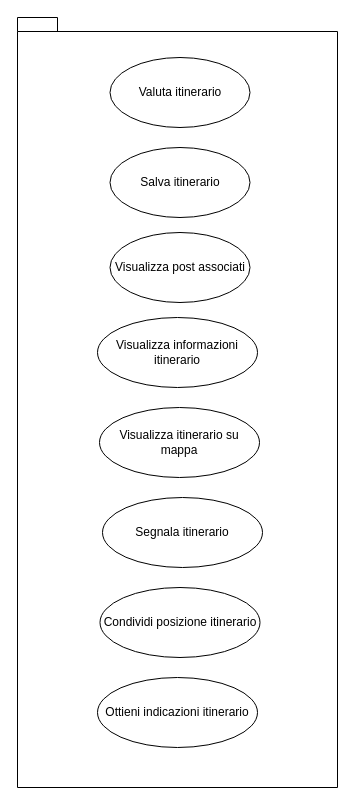
The draw.io diagram page "Interazione con un itinerario" (3 of 5) of useCase.drawio in archer-65/natour-2122, before the edit. Source tidied: cells renumbered, new cells numbered last; positions are measured from the earlier drawing's top-left corner, leaving out a move shared by most shapes. Both pictures are drawn from the tidied source at 100%, with x=0, y=0 at pixel (17, 17).
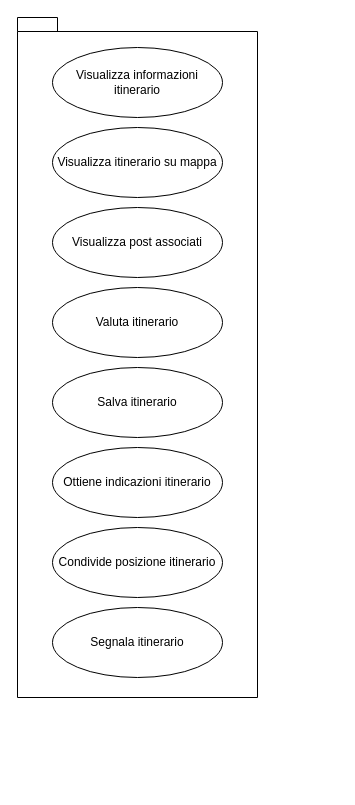
Above is the later version.

What changed in the source:
```diff
@@
 <mxGraphModel>
   <root>
     <mxCell id="0" />
     <mxCell id="1" parent="0" />
     <mxCell id="2" style="shape=folder;fontStyle=1;spacingTop=10;tabWidth=40;tabHeight=14;tabPosition=left;html=1;" parent="1" vertex="1">
-      <mxGeometry width="320" height="770" as="geometry" />
+      <mxGeometry width="240" height="680" as="geometry" />
     </mxCell>
     <mxCell id="3" value="Valuta itinerario" style="ellipse;whiteSpace=wrap;html=1;" parent="1" vertex="1">
-      <mxGeometry x="92.5" y="40" width="140" height="70" as="geometry" />
+      <mxGeometry x="35" y="270" width="170" height="70" as="geometry" />
     </mxCell>
     <mxCell id="4" value="Salva itinerario" style="ellipse;whiteSpace=wrap;html=1;" parent="1" vertex="1">
-      <mxGeometry x="92.5" y="130" width="140" height="70" as="geometry" />
+      <mxGeometry x="35" y="350" width="170" height="70" as="geometry" />
     </mxCell>
     <mxCell id="5" value="Visualizza post associati" style="ellipse;whiteSpace=wrap;html=1;" parent="1" vertex="1">
-      <mxGeometry x="92.5" y="215" width="140" height="70" as="geometry" />
+      <mxGeometry x="35" y="190" width="170" height="70" as="geometry" />
     </mxCell>
     <mxCell id="6" value="Visualizza informazioni itinerario" style="ellipse;whiteSpace=wrap;html=1;" parent="1" vertex="1">
-      <mxGeometry x="80" y="300" width="160" height="70" as="geometry" />
+      <mxGeometry x="35" y="30" width="170" height="70" as="geometry" />
     </mxCell>
     <mxCell id="7" value="Segnala itinerario" style="ellipse;whiteSpace=wrap;html=1;" parent="1" vertex="1">
-      <mxGeometry x="85" y="480" width="160" height="70" as="geometry" />
+      <mxGeometry x="35" y="590" width="170" height="70" as="geometry" />
     </mxCell>
-    <mxCell id="8" value="Condividi posizione itinerario" style="ellipse;whiteSpace=wrap;html=1;" parent="1" vertex="1">
-      <mxGeometry x="82.5" y="570" width="160" height="70" as="geometry" />
+    <mxCell id="8" value="Condivide posizione itinerario" style="ellipse;whiteSpace=wrap;html=1;" parent="1" vertex="1">
+      <mxGeometry x="35" y="510" width="170" height="70" as="geometry" />
     </mxCell>
-    <mxCell id="9" value="Ottieni indicazioni itinerario" style="ellipse;whiteSpace=wrap;html=1;" parent="1" vertex="1">
-      <mxGeometry x="80" y="660" width="160" height="70" as="geometry" />
+    <mxCell id="9" value="Ottiene indicazioni itinerario" style="ellipse;whiteSpace=wrap;html=1;" parent="1" vertex="1">
+      <mxGeometry x="35" y="430" width="170" height="70" as="geometry" />
     </mxCell>
     <mxCell id="10" value="Visualizza itinerario su mappa" style="ellipse;whiteSpace=wrap;html=1;" parent="1" vertex="1">
-      <mxGeometry x="82" y="390" width="160" height="70" as="geometry" />
+      <mxGeometry x="35" y="110" width="170" height="70" as="geometry" />
     </mxCell>
   </root>
 </mxGraphModel>
```
